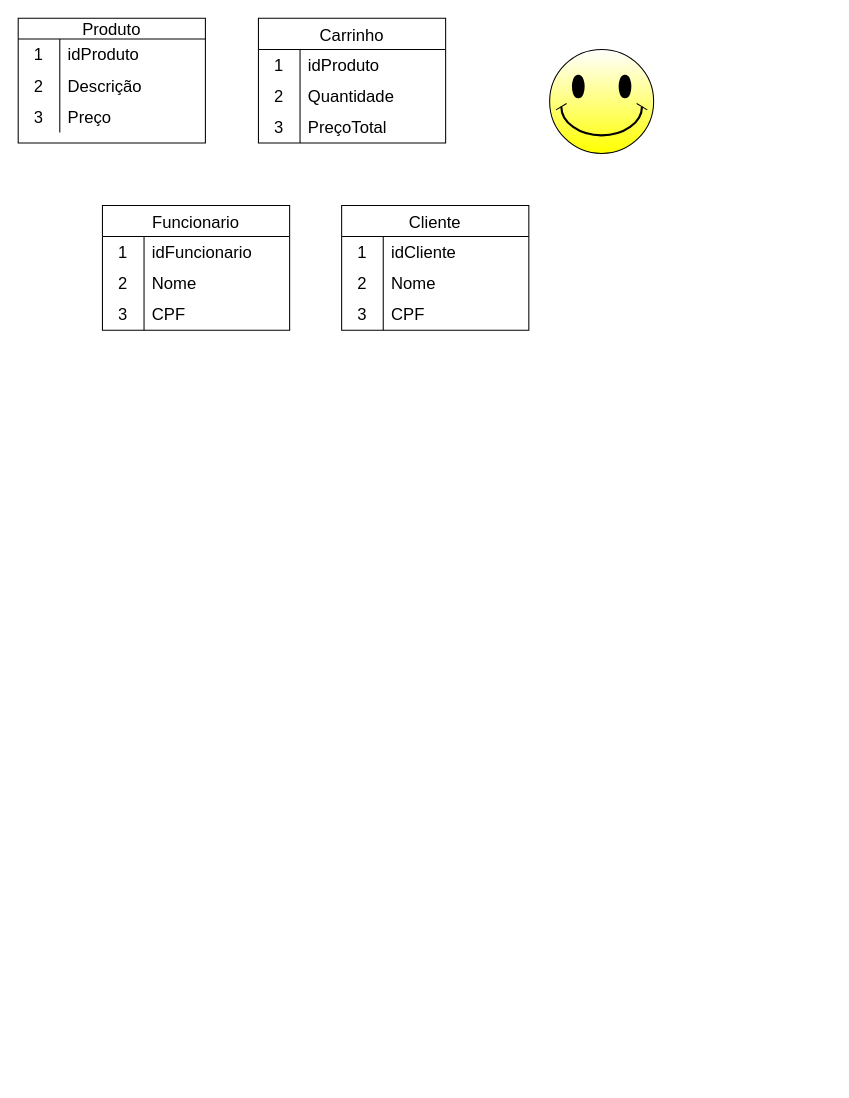
This is Diagrama sem nome.drawio from estudantejhonx7/analise, a draw.io file, before an edit. Source tidied: cells renumbered, new cells numbered last; positions are measured from the earlier drawing's top-left corner, leaving out a move shared by most shapes. Both pictures are drawn from the tidied source at 104%, with x=0, y=0 at pixel (18, 18).
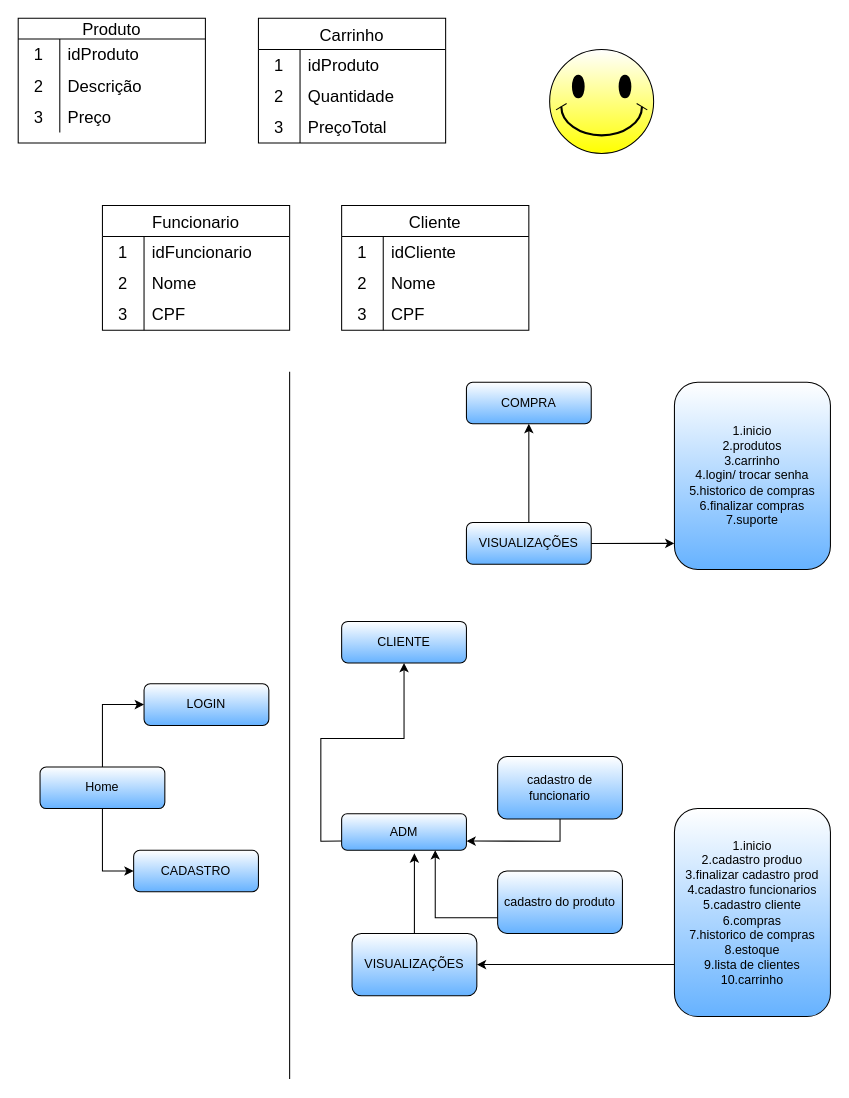
The same diagram, later.

Diff of the diagram source:
```diff
@@
+    <mxCell id="43" style="edgeStyle=orthogonalEdgeStyle;rounded=0;jettySize=auto;html=1;entryX=0;entryY=0.5;entryDx=0;entryDy=0;" parent="1" edge="1" source="45" target="46">
+      <mxGeometry relative="1" as="geometry" />
+    </mxCell>
+    <mxCell id="44" style="edgeStyle=orthogonalEdgeStyle;rounded=0;jettySize=auto;html=1;entryX=0;entryY=0.5;entryDx=0;entryDy=0;" parent="1" edge="1" source="45" target="47">
+      <mxGeometry relative="1" as="geometry" />
+    </mxCell>
+    <mxCell id="45" value="Home" style="rounded=1;whiteSpace=wrap;html=1;gradientColor=#66B2FF;" parent="1" vertex="1">
+      <mxGeometry x="21" y="720" width="120" height="40" as="geometry" />
+    </mxCell>
+    <mxCell id="46" value="LOGIN" style="rounded=1;whiteSpace=wrap;html=1;gradientColor=#66B2FF;" parent="1" vertex="1">
+      <mxGeometry x="121" y="640" width="120" height="40" as="geometry" />
+    </mxCell>
+    <mxCell id="47" value="CADASTRO" style="rounded=1;whiteSpace=wrap;html=1;gradientColor=#66B2FF;" parent="1" vertex="1">
+      <mxGeometry x="111" y="800" width="120" height="40" as="geometry" />
+    </mxCell>
+    <mxCell id="48" value="CLIENTE" style="rounded=1;whiteSpace=wrap;html=1;gradientColor=#66B2FF;" parent="1" vertex="1">
+      <mxGeometry x="311" y="580" width="120" height="40" as="geometry" />
+    </mxCell>
+    <mxCell id="49" style="edgeStyle=orthogonalEdgeStyle;rounded=0;jettySize=auto;html=1;exitX=0;exitY=0.75;exitDx=0;exitDy=0;" parent="1" edge="1" source="50" target="48">
+      <mxGeometry relative="1" as="geometry" />
+    </mxCell>
+    <mxCell id="50" value="ADM" style="rounded=1;whiteSpace=wrap;html=1;gradientColor=#66B2FF;" parent="1" vertex="1">
+      <mxGeometry x="311" y="765" width="120" height="35" as="geometry" />
+    </mxCell>
+    <mxCell id="51" style="edgeStyle=orthogonalEdgeStyle;rounded=0;jettySize=auto;html=1;exitX=0;exitY=0.75;exitDx=0;exitDy=0;entryX=0.75;entryY=1;entryDx=0;entryDy=0;" parent="1" edge="1" source="52" target="50">
+      <mxGeometry relative="1" as="geometry" />
+    </mxCell>
+    <mxCell id="52" value="cadastro do produto" style="rounded=1;whiteSpace=wrap;html=1;gradientColor=#66B2FF;" parent="1" vertex="1">
+      <mxGeometry x="461" y="820" width="120" height="60" as="geometry" />
+    </mxCell>
+    <mxCell id="53" style="edgeStyle=orthogonalEdgeStyle;rounded=0;jettySize=auto;html=1;exitX=0.5;exitY=1;exitDx=0;exitDy=0;entryX=1;entryY=0.75;entryDx=0;entryDy=0;" parent="1" edge="1" source="54" target="50">
+      <mxGeometry relative="1" as="geometry" />
+    </mxCell>
+    <mxCell id="54" value="cadastro de funcionario" style="rounded=1;whiteSpace=wrap;html=1;gradientColor=#66B2FF;" parent="1" vertex="1">
+      <mxGeometry x="461" y="710" width="120" height="60" as="geometry" />
+    </mxCell>
+    <mxCell id="55" value="VISUALIZAÇÕES" style="rounded=1;whiteSpace=wrap;html=1;gradientColor=#66B2FF;" parent="1" vertex="1">
+      <mxGeometry x="321" y="880" width="120" height="60" as="geometry" />
+    </mxCell>
+    <mxCell id="56" style="edgeStyle=orthogonalEdgeStyle;rounded=0;jettySize=auto;html=1;exitX=0.5;exitY=0;exitDx=0;exitDy=0;entryX=0.583;entryY=1.086;entryDx=0;entryDy=0;entryPerimeter=0;" parent="1" edge="1" source="55" target="50">
+      <mxGeometry relative="1" as="geometry" />
+    </mxCell>
+    <mxCell id="57" style="edgeStyle=orthogonalEdgeStyle;rounded=0;jettySize=auto;html=1;exitX=0;exitY=0.75;exitDx=0;exitDy=0;" parent="1" edge="1" source="58" target="55">
+      <mxGeometry relative="1" as="geometry" />
+    </mxCell>
+    <mxCell id="58" value="&lt;div&gt;1.inicio&lt;/div&gt;&lt;div&gt;2.cadastro produo&lt;/div&gt;&lt;div&gt;3.finalizar cadastro prod&lt;/div&gt;&lt;div&gt;4.cadastro funcionarios&lt;/div&gt;&lt;div&gt;5.cadastro cliente&lt;/div&gt;&lt;div&gt;6.compras&lt;/div&gt;&lt;div&gt;7.historico de compras 8.estoque&lt;/div&gt;&lt;div&gt;9.lista de clientes&lt;/div&gt;&lt;div&gt;10.carrinho&lt;br&gt;&lt;/div&gt;" style="rounded=1;whiteSpace=wrap;html=1;gradientColor=#66B2FF;" parent="1" vertex="1">
+      <mxGeometry x="631" y="760" width="150" height="200" as="geometry" />
+    </mxCell>
+    <mxCell id="59" value="&lt;div&gt;1.inicio&lt;/div&gt;&lt;div&gt;2.produtos&lt;/div&gt;&lt;div&gt;3.carrinho&lt;/div&gt;&lt;div&gt;4.login/ trocar senha&lt;/div&gt;&lt;div&gt;5.historico de compras&lt;/div&gt;&lt;div&gt;6.finalizar compras&lt;/div&gt;&lt;div&gt;7.suporte&lt;br&gt;&lt;/div&gt;" style="rounded=1;whiteSpace=wrap;html=1;gradientColor=#66B2FF;" parent="1" vertex="1">
+      <mxGeometry x="631" y="350" width="150" height="180" as="geometry" />
+    </mxCell>
+    <mxCell id="60" style="edgeStyle=orthogonalEdgeStyle;rounded=0;jettySize=auto;html=1;exitX=0.5;exitY=0;exitDx=0;exitDy=0;entryX=0.5;entryY=1;entryDx=0;entryDy=0;" parent="1" edge="1" source="61" target="62">
+      <mxGeometry relative="1" as="geometry" />
+    </mxCell>
+    <mxCell id="61" value="VISUALIZAÇÕES " style="rounded=1;whiteSpace=wrap;html=1;gradientColor=#66B2FF;" parent="1" vertex="1">
+      <mxGeometry x="431" y="485" width="120" height="40" as="geometry" />
+    </mxCell>
+    <mxCell id="62" value="COMPRA" style="rounded=1;whiteSpace=wrap;html=1;gradientColor=#66B2FF;" parent="1" vertex="1">
+      <mxGeometry x="431" y="350" width="120" height="40" as="geometry" />
+    </mxCell>
+    <mxCell id="63" style="edgeStyle=orthogonalEdgeStyle;rounded=0;jettySize=auto;html=1;exitX=1;exitY=0.5;exitDx=0;exitDy=0;entryX=0;entryY=0.861;entryDx=0;entryDy=0;entryPerimeter=0;" parent="1" edge="1" source="61" target="59">
+      <mxGeometry relative="1" as="geometry" />
+    </mxCell>
+    <mxCell id="64" style="endArrow=none;html=1;rounded=0;" parent="1" edge="1">
+      <mxGeometry relative="1" as="geometry">
+        <mxPoint x="261" y="1020" as="sourcePoint" />
+        <mxPoint x="261" y="340" as="targetPoint" />
+      </mxGeometry>
+    </mxCell>
```
